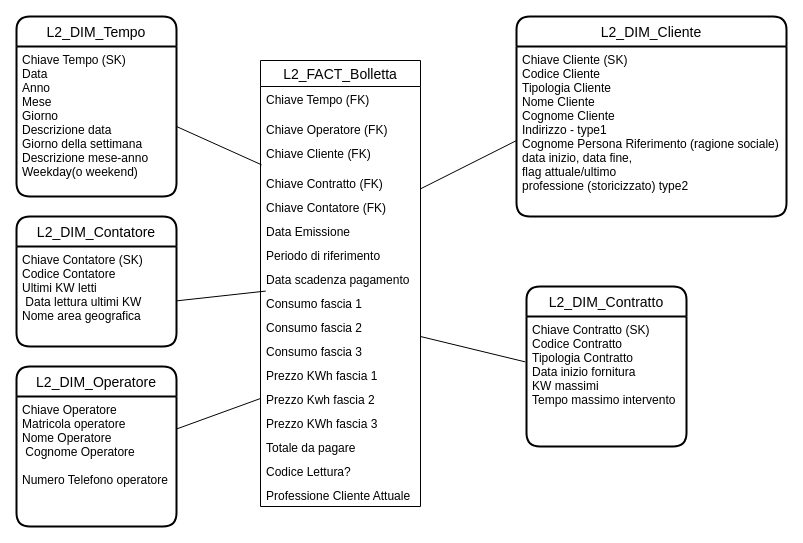
chaitanya0498/DE keeps this draw.io diagram as page "Copy of Pagina-2" (3 of 3) of ER Diagram minimal.drawio. Above is the earlier version. Source tidied: cells renumbered, new cells numbered last; positions are measured from the earlier drawing's top-left corner, leaving out a move shared by most shapes. Both pictures are drawn from the tidied source at 100%, with x=0, y=0 at pixel (16, 16).
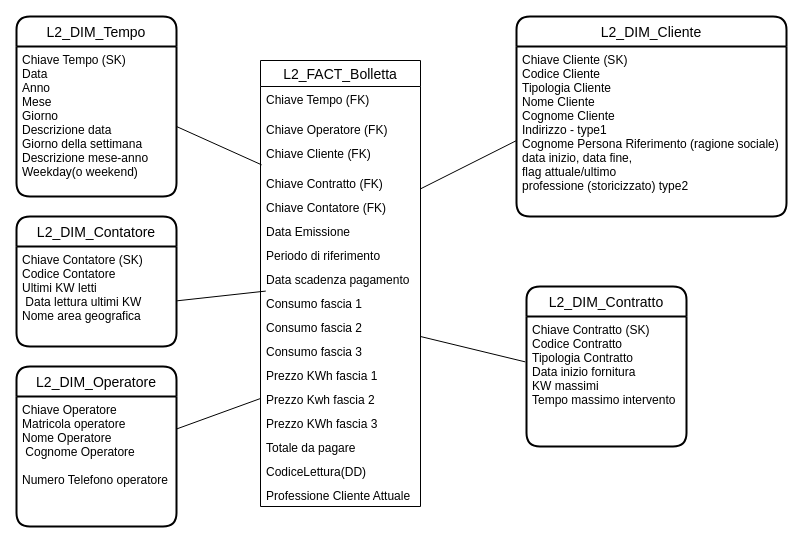
The same page after the edit.

The change refers to these unchanged cells:
```xml
<mxCell id="2" value="L2_FACT_Bolletta" style="swimlane;fontStyle=0;horizontal=1;startSize=26;align=center;fontSize=14;" parent="1" vertex="1">
  <mxGeometry x="244" y="44" width="160" height="446" as="geometry" />
</mxCell>
```

The edit, as a diff of the source:
```diff
@@
-    <mxCell id="18" value="Codice Lettura?" style="text;strokeColor=none;fillColor=none;spacingLeft=4;spacingRight=4;overflow=hidden;fontSize=12;" parent="2" vertex="1">
+    <mxCell id="18" value="CodiceLettura(DD)" style="text;strokeColor=none;fillColor=none;spacingLeft=4;spacingRight=4;overflow=hidden;fontSize=12;" parent="2" vertex="1">
       <mxGeometry y="398" width="160" height="24" as="geometry" />
     </mxCell>
```
